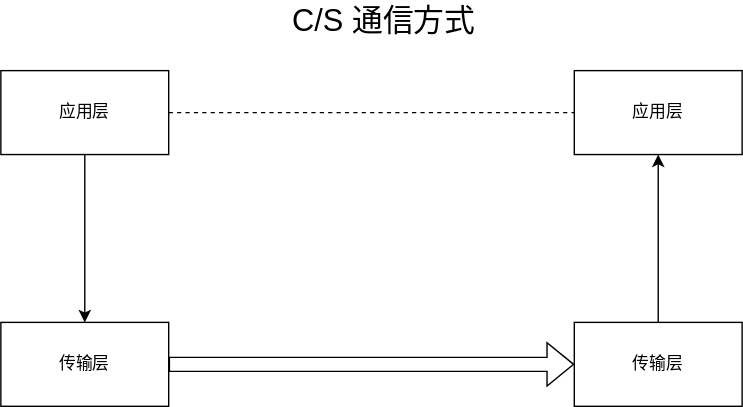
Before: 网络应用通信基本原理.svg, a diagram exported from draw.io (hrenx/drawio). Source tidied: cells renumbered, new cells last; positions are measured from the earlier drawing's top-left corner, leaving out a move shared by most shapes.
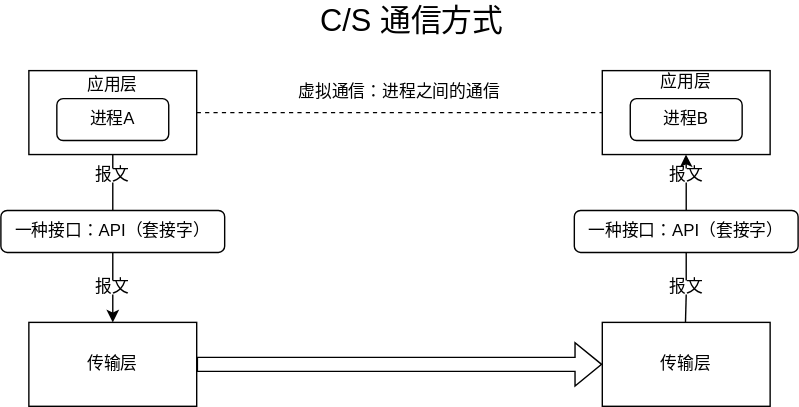
Above is the later version.

Commit message:
更新网络应用通信基本原理.svg

Diff of the diagram source:
```diff
@@ -2,6 +2,9 @@
   <root>
     <mxCell id="0" />
     <mxCell id="1" parent="0" />
+    <mxCell id="15" style="rounded=1;whiteSpace=wrap;html=1;" parent="1" vertex="1">
+      <mxGeometry x="-20" y="150" width="160" height="30" as="geometry" />
+    </mxCell>
     <mxCell id="2" value="&lt;font style=&quot;font-size: 22px;&quot;&gt;C/S 通信方式&lt;/font&gt;" style="text;html=1;strokeColor=none;fillColor=none;align=center;verticalAlign=middle;whiteSpace=wrap;rounded=0;" parent="1" vertex="1">
       <mxGeometry x="199" width="150" height="30" as="geometry" />
     </mxCell>
@@ -18,28 +21,97 @@
       <mxGeometry x="410" y="50" width="120" height="60" as="geometry" />
     </mxCell>
     <mxCell id="7" value="应用层" style="text;html=1;strokeColor=none;fillColor=none;align=center;verticalAlign=middle;whiteSpace=wrap;rounded=0;" parent="1" vertex="1">
-      <mxGeometry x="30" y="65" width="60" height="30" as="geometry" />
+      <mxGeometry x="30" y="50" width="60" height="20" as="geometry" />
     </mxCell>
     <mxCell id="8" value="传输层" style="text;html=1;strokeColor=none;fillColor=none;align=center;verticalAlign=middle;whiteSpace=wrap;rounded=0;" parent="1" vertex="1">
       <mxGeometry x="30" y="245" width="60" height="30" as="geometry" />
     </mxCell>
     <mxCell id="9" value="应用层" style="text;html=1;strokeColor=none;fillColor=none;align=center;verticalAlign=middle;whiteSpace=wrap;rounded=0;" parent="1" vertex="1">
-      <mxGeometry x="440" y="65" width="60" height="30" as="geometry" />
+      <mxGeometry x="440" y="50" width="60" height="15" as="geometry" />
     </mxCell>
     <mxCell id="10" value="传输层" style="text;html=1;strokeColor=none;fillColor=none;align=center;verticalAlign=middle;whiteSpace=wrap;rounded=0;" parent="1" vertex="1">
       <mxGeometry x="440" y="245" width="60" height="30" as="geometry" />
     </mxCell>
-    <mxCell id="11" style="endArrow=classic;html=1;rounded=0;exitX=0.5;exitY=1;exitDx=0;exitDy=0;entryX=0.5;entryY=0;entryDx=0;entryDy=0;" parent="1" edge="1" source="3" target="4">
-      <mxGeometry relative="1" as="geometry" />
-    </mxCell>
     <mxCell id="12" style="shape=flexArrow;endArrow=classic;html=1;rounded=0;exitX=1;exitY=0.5;exitDx=0;exitDy=0;entryX=0;entryY=0.5;entryDx=0;entryDy=0;" parent="1" edge="1" source="4" target="5">
       <mxGeometry relative="1" as="geometry" />
     </mxCell>
-    <mxCell id="13" style="endArrow=classic;html=1;rounded=0;exitX=0.5;exitY=0;exitDx=0;exitDy=0;entryX=0.5;entryY=1;entryDx=0;entryDy=0;" parent="1" edge="1" source="5" target="6">
-      <mxGeometry relative="1" as="geometry" />
-    </mxCell>
     <mxCell id="14" style="endArrow=none;dashed=1;html=1;rounded=0;exitX=1;exitY=0.5;exitDx=0;exitDy=0;entryX=0;entryY=0.5;entryDx=0;entryDy=0;" parent="1" edge="1" source="3" target="6">
       <mxGeometry relative="1" as="geometry" />
     </mxCell>
+    <mxCell id="16" value="虚拟通信：进程之间的通信" style="text;html=1;strokeColor=none;fillColor=none;align=center;verticalAlign=middle;whiteSpace=wrap;rounded=0;" parent="1" vertex="1">
+      <mxGeometry x="120" y="50" width="290" height="30" as="geometry" />
+    </mxCell>
+    <mxCell id="17" style="rounded=1;whiteSpace=wrap;html=1;" parent="1" vertex="1">
+      <mxGeometry x="20" y="70" width="80" height="30" as="geometry" />
+    </mxCell>
+    <mxCell id="18" value="进程A" style="text;html=1;strokeColor=none;fillColor=none;align=center;verticalAlign=middle;whiteSpace=wrap;rounded=0;" parent="1" vertex="1">
+      <mxGeometry x="30" y="70" width="60" height="30" as="geometry" />
+    </mxCell>
+    <mxCell id="19" style="rounded=1;whiteSpace=wrap;html=1;" parent="1" vertex="1">
+      <mxGeometry x="430" y="70" width="80" height="30" as="geometry" />
+    </mxCell>
+    <mxCell id="20" value="进程B" style="text;html=1;strokeColor=none;fillColor=none;align=center;verticalAlign=middle;whiteSpace=wrap;rounded=0;" parent="1" vertex="1">
+      <mxGeometry x="440" y="70" width="60" height="30" as="geometry" />
+    </mxCell>
+    <mxCell id="21" value="报文" style="text;html=1;strokeColor=none;fillColor=none;align=center;verticalAlign=middle;whiteSpace=wrap;rounded=0;" parent="1" vertex="1">
+      <mxGeometry x="40" y="120" width="40" height="10" as="geometry" />
+    </mxCell>
+    <mxCell id="22" value="报文" style="text;html=1;strokeColor=none;fillColor=none;align=center;verticalAlign=middle;whiteSpace=wrap;rounded=0;" parent="1" vertex="1">
+      <mxGeometry x="40" y="200" width="40" height="10" as="geometry" />
+    </mxCell>
+    <mxCell id="23" value="一种接口：API（套接字）" style="text;html=1;strokeColor=none;fillColor=none;align=center;verticalAlign=middle;whiteSpace=wrap;rounded=0;" parent="1" vertex="1">
+      <mxGeometry x="-15" y="160" width="150" height="10" as="geometry" />
+    </mxCell>
+    <mxCell id="24" style="endArrow=none;html=1;rounded=0;entryX=0.5;entryY=0;entryDx=0;entryDy=0;" parent="1" edge="1" target="21">
+      <mxGeometry relative="1" as="geometry">
+        <mxPoint x="60" y="110" as="sourcePoint" />
+      </mxGeometry>
+    </mxCell>
+    <mxCell id="25" style="endArrow=none;html=1;rounded=0;exitX=0.5;exitY=1;exitDx=0;exitDy=0;" parent="1" edge="1" source="21">
+      <mxGeometry relative="1" as="geometry">
+        <mxPoint x="60" y="150" as="targetPoint" />
+      </mxGeometry>
+    </mxCell>
+    <mxCell id="26" style="endArrow=none;html=1;rounded=0;exitX=0.5;exitY=1;exitDx=0;exitDy=0;entryX=0.5;entryY=0;entryDx=0;entryDy=0;" parent="1" edge="1" source="15" target="22">
+      <mxGeometry relative="1" as="geometry" />
+    </mxCell>
+    <mxCell id="27" style="endArrow=classic;html=1;rounded=0;exitX=0.5;exitY=1;exitDx=0;exitDy=0;entryX=0.5;entryY=0;entryDx=0;entryDy=0;" parent="1" edge="1" source="22" target="4">
+      <mxGeometry relative="1" as="geometry" />
+    </mxCell>
+    <mxCell id="28" style="rounded=1;whiteSpace=wrap;html=1;" parent="1" vertex="1">
+      <mxGeometry x="390" y="150" width="160" height="30" as="geometry" />
+    </mxCell>
+    <mxCell id="29" value="报文" style="text;html=1;strokeColor=none;fillColor=none;align=center;verticalAlign=middle;whiteSpace=wrap;rounded=0;" parent="1" vertex="1">
+      <mxGeometry x="450" y="120" width="40" height="10" as="geometry" />
+    </mxCell>
+    <mxCell id="30" value="报文" style="text;html=1;strokeColor=none;fillColor=none;align=center;verticalAlign=middle;whiteSpace=wrap;rounded=0;" parent="1" vertex="1">
+      <mxGeometry x="450" y="200" width="40" height="10" as="geometry" />
+    </mxCell>
+    <mxCell id="31" value="一种接口：API（套接字）" style="text;html=1;strokeColor=none;fillColor=none;align=center;verticalAlign=middle;whiteSpace=wrap;rounded=0;" parent="1" vertex="1">
+      <mxGeometry x="395" y="160" width="150" height="10" as="geometry" />
+    </mxCell>
+    <mxCell id="32" style="endArrow=none;html=1;rounded=0;exitX=0.5;exitY=1;exitDx=0;exitDy=0;" parent="1" edge="1" source="29">
+      <mxGeometry relative="1" as="geometry">
+        <mxPoint x="470" y="150" as="targetPoint" />
+      </mxGeometry>
+    </mxCell>
+    <mxCell id="33" style="endArrow=none;html=1;rounded=0;exitX=0.5;exitY=1;exitDx=0;exitDy=0;entryX=0.5;entryY=0;entryDx=0;entryDy=0;" parent="1" edge="1" source="28" target="30">
+      <mxGeometry relative="1" as="geometry" />
+    </mxCell>
+    <mxCell id="34" style="endArrow=classic;html=1;rounded=0;exitX=0.5;exitY=1;exitDx=0;exitDy=0;entryX=0.5;entryY=0;entryDx=0;entryDy=0;" parent="1" edge="1" source="30">
+      <mxGeometry relative="1" as="geometry">
+        <mxPoint x="470" y="210.3" as="targetPoint" />
+      </mxGeometry>
+    </mxCell>
+    <mxCell id="35" style="endArrow=classic;html=1;rounded=0;exitX=0.5;exitY=0;exitDx=0;exitDy=0;entryX=0.582;entryY=1;entryDx=0;entryDy=0;entryPerimeter=0;" parent="1" edge="1" source="29">
+      <mxGeometry relative="1" as="geometry">
+        <mxPoint x="469.8" y="110" as="targetPoint" />
+      </mxGeometry>
+    </mxCell>
+    <mxCell id="36" style="endArrow=none;html=1;rounded=0;exitX=0.579;exitY=-0.004;exitDx=0;exitDy=0;exitPerimeter=0;entryX=0.5;entryY=1;entryDx=0;entryDy=0;" parent="1" edge="1" target="30">
+      <mxGeometry relative="1" as="geometry">
+        <mxPoint x="469.5" y="229.8" as="sourcePoint" />
+      </mxGeometry>
+    </mxCell>
   </root>
 </mxGraphModel>
```
